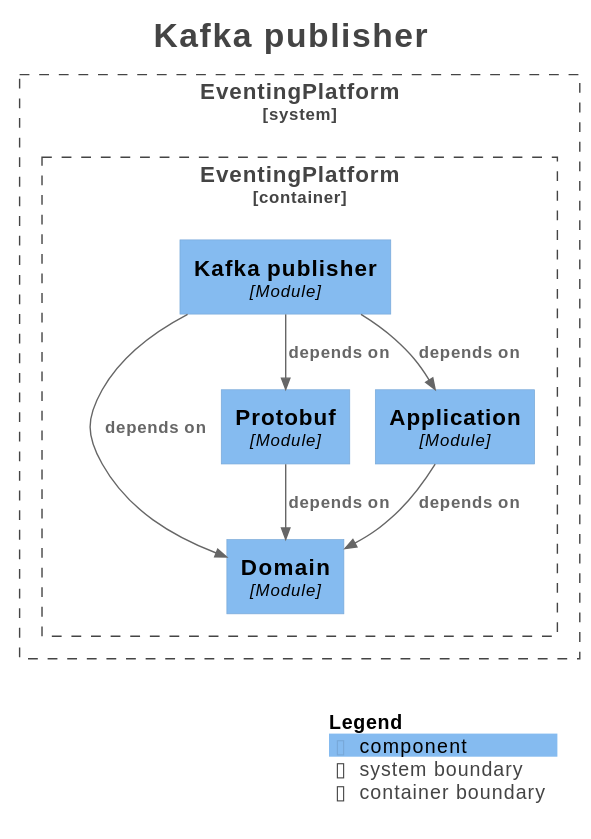
Mathmagicians/confluent-eventing-playground keeps this PlantUML diagram as docs/generated/architecture/svg/module-eventing.adapter.kafka.publisher.svg. Above is the earlier version.
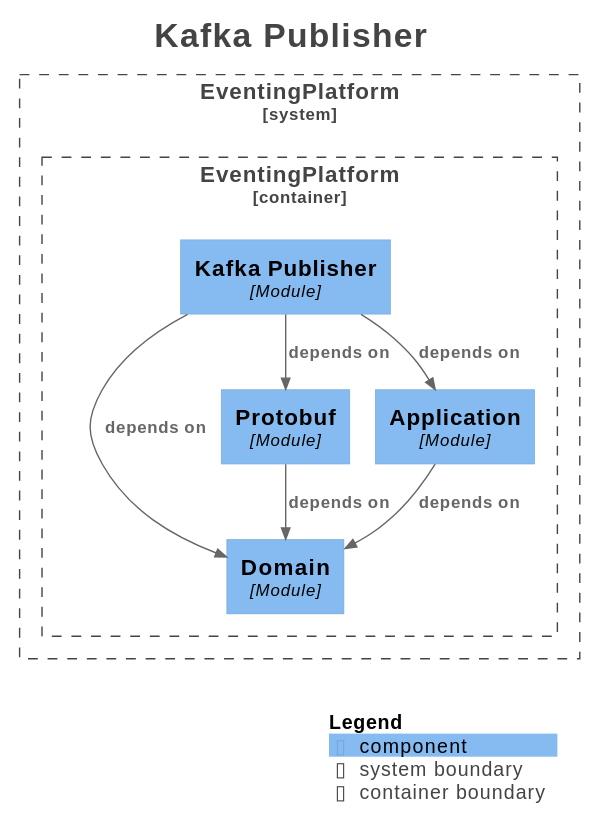
The same diagram one commit later.

Change to the diagram source:
```diff
@@ -1,6 +1,6 @@
 @startuml
 !pragma layout smetana
-title <size:24>Kafka publisher</size>
+title <size:24>Kafka Publisher</size>
 
 set separator none
 top to bottom direction
@@ -18,19 +18,19 @@
 
 System_Boundary("EventingPlatform_boundary", "EventingPlatform", $tags="") {
   Container_Boundary("EventingPlatform.EventingPlatform_boundary", "EventingPlatform", $tags="") {
+    Component(EventingPlatform.EventingPlatform.KafkaPublisher, "Kafka Publisher", $techn="Module", $descr="", $tags="", $link="")
     Component(EventingPlatform.EventingPlatform.Domain, "Domain", $techn="Module", $descr="", $tags="", $link="")
     Component(EventingPlatform.EventingPlatform.Protobuf, "Protobuf", $techn="Module", $descr="", $tags="", $link="")
     Component(EventingPlatform.EventingPlatform.Application, "Application", $techn="Module", $descr="", $tags="", $link="")
-    Component(EventingPlatform.EventingPlatform.Kafkapublisher, "Kafka publisher", $techn="Module", $descr="", $tags="", $link="")
   }
 
 }
 
+Rel(EventingPlatform.EventingPlatform.KafkaPublisher, EventingPlatform.EventingPlatform.Domain, "depends on", $techn="", $tags="", $link="")
+Rel(EventingPlatform.EventingPlatform.KafkaPublisher, EventingPlatform.EventingPlatform.Protobuf, "depends on", $techn="", $tags="", $link="")
+Rel(EventingPlatform.EventingPlatform.KafkaPublisher, EventingPlatform.EventingPlatform.Application, "depends on", $techn="", $tags="", $link="")
 Rel(EventingPlatform.EventingPlatform.Protobuf, EventingPlatform.EventingPlatform.Domain, "depends on", $techn="", $tags="", $link="")
 Rel(EventingPlatform.EventingPlatform.Application, EventingPlatform.EventingPlatform.Domain, "depends on", $techn="", $tags="", $link="")
-Rel(EventingPlatform.EventingPlatform.Kafkapublisher, EventingPlatform.EventingPlatform.Domain, "depends on", $techn="", $tags="", $link="")
-Rel(EventingPlatform.EventingPlatform.Kafkapublisher, EventingPlatform.EventingPlatform.Protobuf, "depends on", $techn="", $tags="", $link="")
-Rel(EventingPlatform.EventingPlatform.Kafkapublisher, EventingPlatform.EventingPlatform.Application, "depends on", $techn="", $tags="", $link="")
 
 SHOW_LEGEND(true)
 hide stereotypes
```
